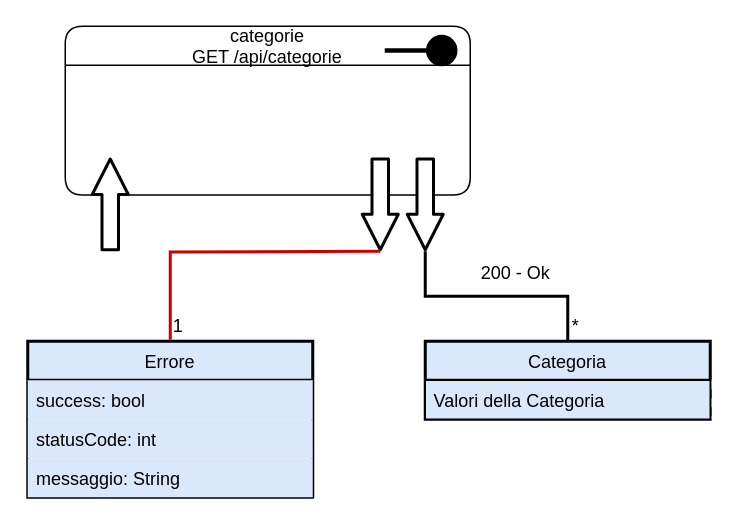
Before: UML/Diagramma Risorse/Diagramma Risorse Categoria.drawio in G15-UniTN/iSpesa, a draw.io diagram. Source tidied: cells renumbered, new cells numbered last; positions are measured from the earlier drawing's top-left corner, leaving out a move shared by most shapes. Both pictures are drawn from the tidied source at 150%, with x=0, y=0 at pixel (27, 26).
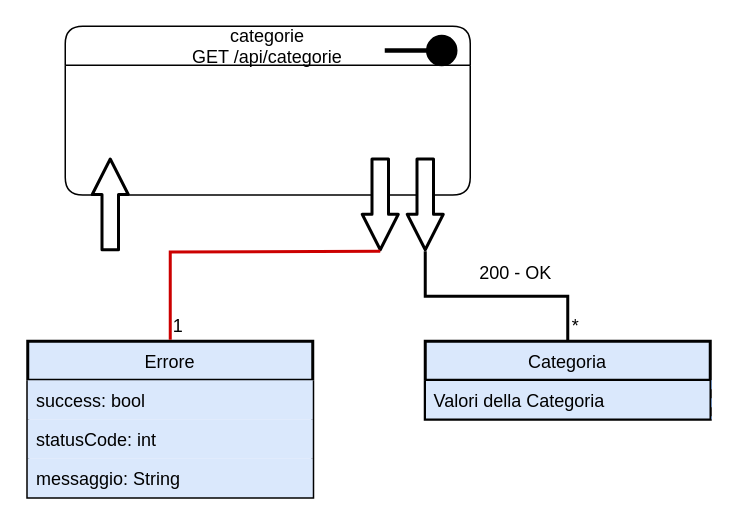
The same diagram, later.

The edit, as a diff of the source:
```diff
@@
-    <mxCell id="17" value="200 - Ok" style="text;html=1;align=center;verticalAlign=middle;strokeColor=none;fillColor=#ffffff;" parent="1" vertex="1">
+    <mxCell id="17" value="200 - OK" style="text;html=1;align=center;verticalAlign=middle;strokeColor=none;fillColor=#ffffff;" parent="1" vertex="1">
       <mxGeometry x="295" y="155" width="60" height="20" as="geometry" />
     </mxCell>
```
